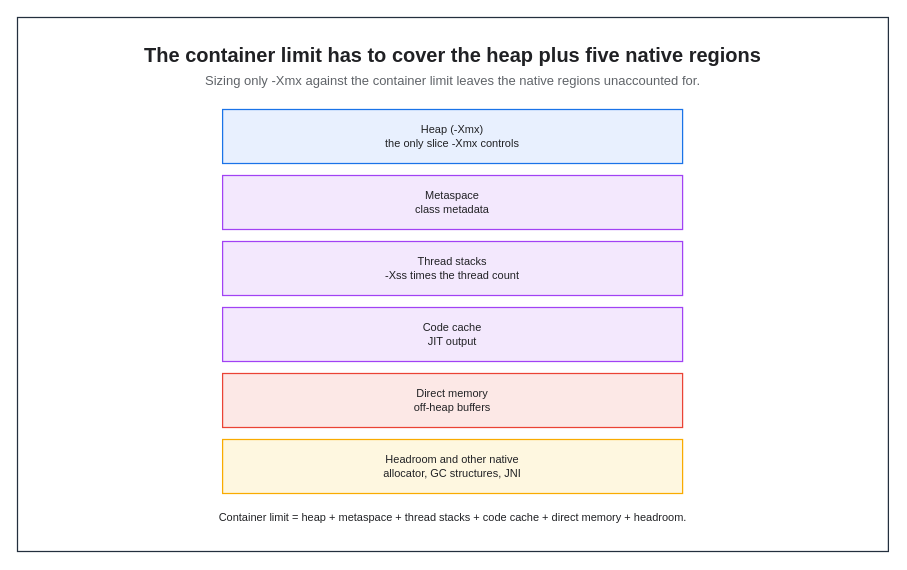
The draw.io diagram assets/img/jvm/jvm-04-container-memory-breakdown.drawio in KKamJi98/kkamji98.github.io, before the edit. Source tidied: cells renumbered, new cells numbered last; positions are measured from the earlier drawing's top-left corner, leaving out a move shared by most shapes. Both pictures are drawn from the tidied source at 100%, with x=0, y=0 at pixel (17, 17).
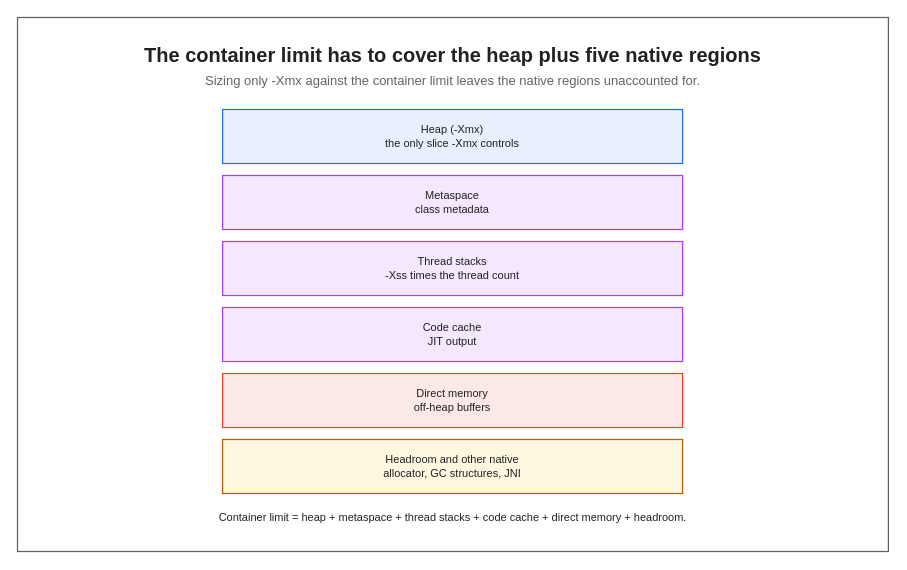
The same diagram, later.

Change to the diagram source:
```diff
@@
 <mxGraphModel background="#FFFFFF">
   <root>
     <mxCell id="0" />
     <mxCell id="1" parent="0" />
-    <mxCell id="2" style="rounded=0;html=0;fillColor=none;strokeColor=#232F3E;fontColor=#202124;strokeWidth=1.25;" parent="1" vertex="1">
+    <mxCell id="2" style="rounded=0;html=0;fillColor=none;strokeColor=#5F6368;fontColor=#202124;strokeWidth=1.25;" parent="1" vertex="1">
       <mxGeometry width="870.9" height="534" as="geometry" />
     </mxCell>
     <mxCell id="3" value="The container limit has to cover the heap plus five native regions" style="text;html=0;whiteSpace=wrap;fillColor=none;strokeColor=none;fontColor=#202124;fontSize=20;fontStyle=1;align=center;verticalAlign=middle;" parent="1" vertex="1">
       <mxGeometry x="22" y="22" width="826.9" height="30" as="geometry" />
     </mxCell>
     <mxCell id="4" value="Sizing only -Xmx against the container limit leaves the native regions unaccounted for." style="text;html=0;whiteSpace=wrap;fillColor=none;strokeColor=none;fontColor=#5F6368;fontSize=13;fontStyle=0;align=center;verticalAlign=middle;" parent="1" vertex="1">
       <mxGeometry x="22" y="52" width="826.9" height="22" as="geometry" />
     </mxCell>
     <mxCell id="5" value="Heap  (-Xmx)&#10;the only slice -Xmx controls" style="rounded=0;whiteSpace=wrap;html=0;fillColor=#E8F0FE;strokeColor=#1A73E8;fontColor=#202124;fontSize=11;fontStyle=0;align=center;verticalAlign=middle;spacingLeft=6;spacingRight=6;strokeWidth=1.25;" parent="1" vertex="1">
       <mxGeometry x="205.1" y="92" width="460" height="54" as="geometry" />
     </mxCell>
     <mxCell id="6" value="Metaspace&#10;class metadata" style="rounded=0;whiteSpace=wrap;html=0;fillColor=#F3E8FD;strokeColor=#A142F4;fontColor=#202124;fontSize=11;fontStyle=0;align=center;verticalAlign=middle;spacingLeft=6;spacingRight=6;strokeWidth=1.25;" parent="1" vertex="1">
       <mxGeometry x="205.1" y="158" width="460" height="54" as="geometry" />
     </mxCell>
     <mxCell id="7" value="Thread stacks&#10;-Xss times the thread count" style="rounded=0;whiteSpace=wrap;html=0;fillColor=#F3E8FD;strokeColor=#A142F4;fontColor=#202124;fontSize=11;fontStyle=0;align=center;verticalAlign=middle;spacingLeft=6;spacingRight=6;strokeWidth=1.25;" parent="1" vertex="1">
       <mxGeometry x="205.1" y="224" width="460" height="54" as="geometry" />
     </mxCell>
     <mxCell id="8" value="Code cache&#10;JIT output" style="rounded=0;whiteSpace=wrap;html=0;fillColor=#F3E8FD;strokeColor=#A142F4;fontColor=#202124;fontSize=11;fontStyle=0;align=center;verticalAlign=middle;spacingLeft=6;spacingRight=6;strokeWidth=1.25;" parent="1" vertex="1">
       <mxGeometry x="205.1" y="290" width="460" height="54" as="geometry" />
     </mxCell>
     <mxCell id="9" value="Direct memory&#10;off-heap buffers" style="rounded=0;whiteSpace=wrap;html=0;fillColor=#FCE8E6;strokeColor=#EA4335;fontColor=#202124;fontSize=11;fontStyle=0;align=center;verticalAlign=middle;spacingLeft=6;spacingRight=6;strokeWidth=1.25;" parent="1" vertex="1">
       <mxGeometry x="205.1" y="356" width="460" height="54" as="geometry" />
     </mxCell>
-    <mxCell id="10" value="Headroom and other native&#10;allocator, GC structures, JNI" style="rounded=0;whiteSpace=wrap;html=0;fillColor=#FEF7E0;strokeColor=#F9AB00;fontColor=#202124;fontSize=11;fontStyle=0;align=center;verticalAlign=middle;spacingLeft=6;spacingRight=6;strokeWidth=1.25;" parent="1" vertex="1">
+    <mxCell id="10" value="Headroom and other native&#10;allocator, GC structures, JNI" style="rounded=0;whiteSpace=wrap;html=0;fillColor=#FEF7E0;strokeColor=#B06000;fontColor=#202124;fontSize=11;fontStyle=0;align=center;verticalAlign=middle;spacingLeft=6;spacingRight=6;strokeWidth=1.25;" parent="1" vertex="1">
       <mxGeometry x="205.1" y="422" width="460" height="54" as="geometry" />
     </mxCell>
     <mxCell id="11" value="Container limit = heap + metaspace + thread stacks + code cache + direct memory + headroom." style="text;html=0;whiteSpace=wrap;fillColor=none;strokeColor=none;fontColor=#202124;fontSize=11;fontStyle=0;align=center;verticalAlign=middle;" parent="1" vertex="1">
       <mxGeometry x="139.1" y="488" width="593" height="24" as="geometry" />
     </mxCell>
   </root>
 </mxGraphModel>
```
